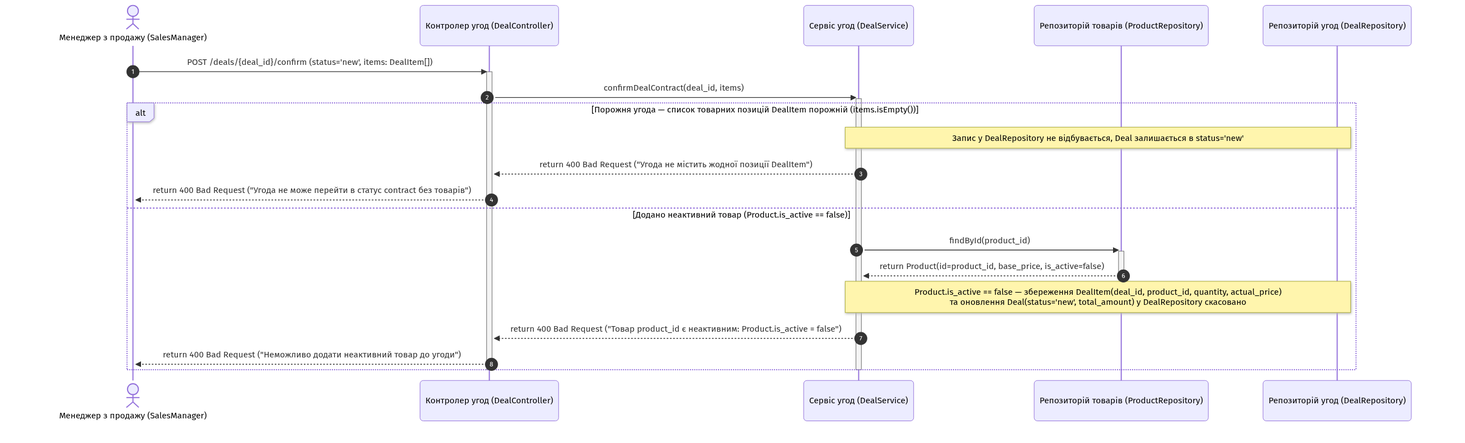
The Mermaid diagram lab3/model/sc03-negative-validation.png in young3rrrr/KPI2, before a commit. Its source is kept beside it as lab3/model/sc03-negative-validation.mmd. Source of this version:
```mermaid
sequenceDiagram
    autonumber
    actor SalesManager as Менеджер з продажу (SalesManager)
    participant DealController as Контролер угод (DealController)
    participant DealService as Сервіс угод (DealService)
    participant ProductRepository as Репозиторій товарів (ProductRepository)
    participant DealRepository as Репозиторій угод (DealRepository)

    SalesManager->>DealController: POST /deals/{deal_id}/confirm (status='new', items: DealItem[])
    activate DealController

    DealController->>DealService: confirmDealContract(deal_id, items)
    activate DealService

    alt Порожня угода — список товарних позицій DealItem порожній (items.isEmpty())
        Note over DealService,DealRepository: Запис у DealRepository не відбувається, Deal залишається в status='new'
        DealService-->>DealController: return 400 Bad Request ("Угода не містить жодної позиції DealItem")
        DealController-->>SalesManager: return 400 Bad Request ("Угода не може перейти в статус contract без товарів")
    else Додано неактивний товар (Product.is_active == false)
        DealService->>ProductRepository: findById(product_id)
        activate ProductRepository
        ProductRepository-->>DealService: return Product(id=product_id, base_price, is_active=false)
        deactivate ProductRepository

        Note over DealService,DealRepository: Product.is_active == false — збереження DealItem(deal_id, product_id, quantity, actual_price)<br/>та оновлення Deal(status='new', total_amount) у DealRepository скасовано
        DealService-->>DealController: return 400 Bad Request ("Товар product_id є неактивним: Product.is_active = false")
        DealController-->>SalesManager: return 400 Bad Request ("Неможливо додати неактивний товар до угоди")
    end

    deactivate DealService
    deactivate DealController
```
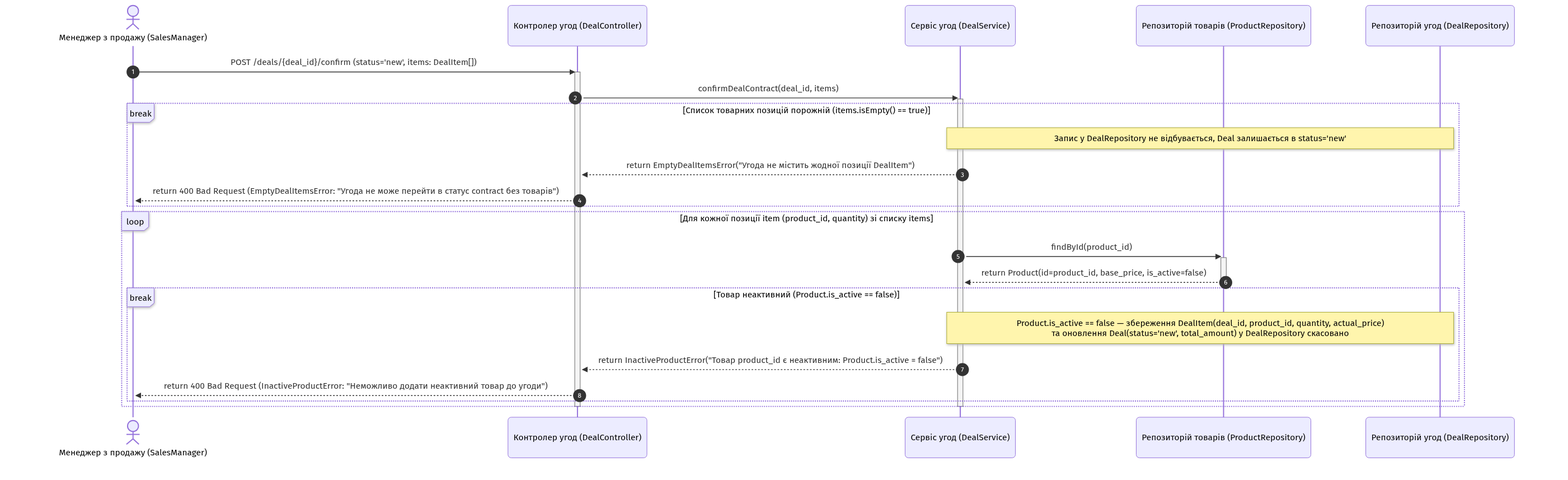
Later version of the same file.

Commit message:
agent commit: update Sequence diagrams with DealItem discount calculation, break fragment and async email

Diff of the diagram source:
```diff
@@ -12,19 +12,23 @@
     DealController->>DealService: confirmDealContract(deal_id, items)
     activate DealService
 
-    alt Порожня угода — список товарних позицій DealItem порожній (items.isEmpty())
+    break Список товарних позицій порожній (items.isEmpty() == true)
         Note over DealService,DealRepository: Запис у DealRepository не відбувається, Deal залишається в status='new'
-        DealService-->>DealController: return 400 Bad Request ("Угода не містить жодної позиції DealItem")
-        DealController-->>SalesManager: return 400 Bad Request ("Угода не може перейти в статус contract без товарів")
-    else Додано неактивний товар (Product.is_active == false)
+        DealService-->>DealController: return EmptyDealItemsError("Угода не містить жодної позиції DealItem")
+        DealController-->>SalesManager: return 400 Bad Request (EmptyDealItemsError: "Угода не може перейти в статус contract без товарів")
+    end
+
+    loop Для кожної позиції item (product_id, quantity) зі списку items
         DealService->>ProductRepository: findById(product_id)
         activate ProductRepository
         ProductRepository-->>DealService: return Product(id=product_id, base_price, is_active=false)
         deactivate ProductRepository
 
-        Note over DealService,DealRepository: Product.is_active == false — збереження DealItem(deal_id, product_id, quantity, actual_price)<br/>та оновлення Deal(status='new', total_amount) у DealRepository скасовано
-        DealService-->>DealController: return 400 Bad Request ("Товар product_id є неактивним: Product.is_active = false")
-        DealController-->>SalesManager: return 400 Bad Request ("Неможливо додати неактивний товар до угоди")
+        break Товар неактивний (Product.is_active == false)
+            Note over DealService,DealRepository: Product.is_active == false — збереження DealItem(deal_id, product_id, quantity, actual_price)<br/>та оновлення Deal(status='new', total_amount) у DealRepository скасовано
+            DealService-->>DealController: return InactiveProductError("Товар product_id є неактивним: Product.is_active = false")
+            DealController-->>SalesManager: return 400 Bad Request (InactiveProductError: "Неможливо додати неактивний товар до угоди")
+        end
     end
 
     deactivate DealService
```
